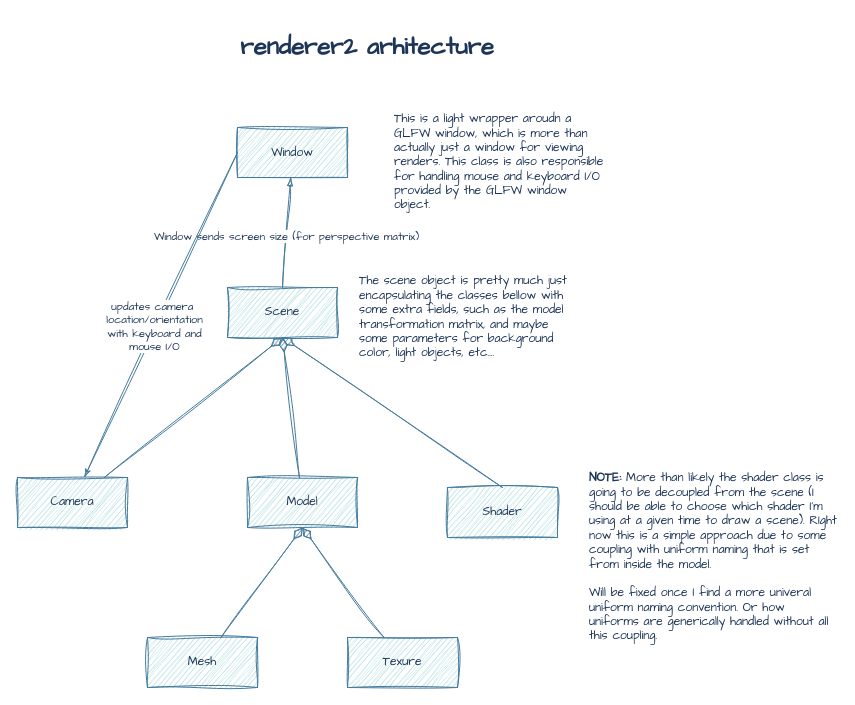
Before: docs/diagrams/architecture.drawio in EricHayter/renderer2, a draw.io diagram. Source tidied: cells renumbered, new cells numbered last; positions are measured from the earlier drawing's top-left corner, leaving out a move shared by most shapes. Both pictures are drawn from the tidied source at 100%, with x=0, y=0 at pixel (17, 17).
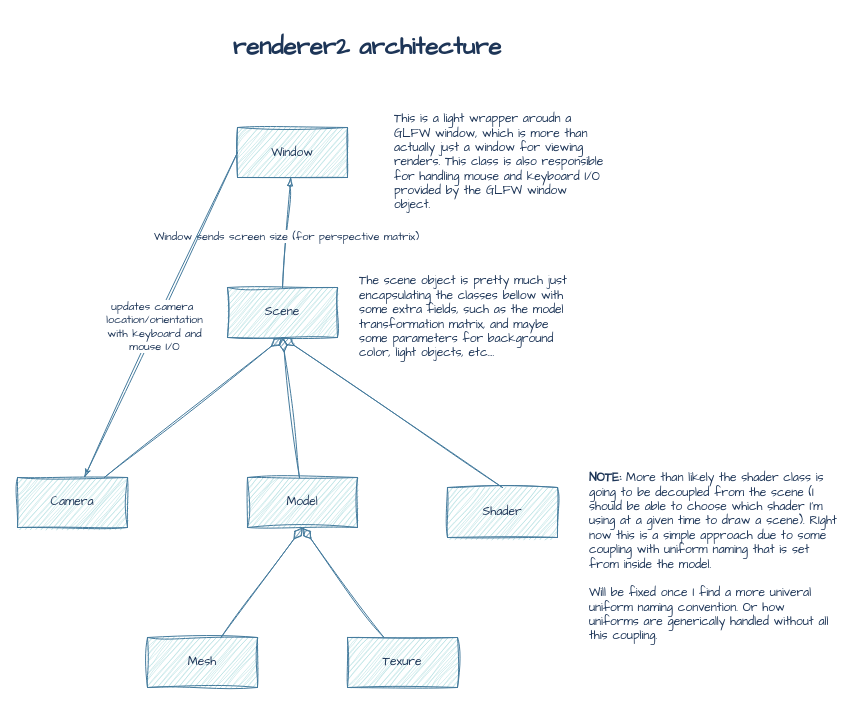
Above is the later version.

Commit message:
Update architecture diagram

What changed in the source:
```diff
@@
-    <mxCell id="21" value="&lt;h1&gt;renderer2 arhitecture&lt;/h1&gt;" style="text;html=1;whiteSpace=wrap;strokeColor=none;fillColor=none;align=center;verticalAlign=middle;rounded=0;fontFamily=Architects Daughter;fontColor=#1D3557;" parent="1" vertex="1">
+    <mxCell id="21" value="&lt;h1&gt;renderer2 architecture&lt;/h1&gt;" style="text;html=1;whiteSpace=wrap;strokeColor=none;fillColor=none;align=center;verticalAlign=middle;rounded=0;fontFamily=Architects Daughter;fontColor=#1D3557;" parent="1" vertex="1">
       <mxGeometry x="210" width="280" height="60" as="geometry" />
     </mxCell>
```
